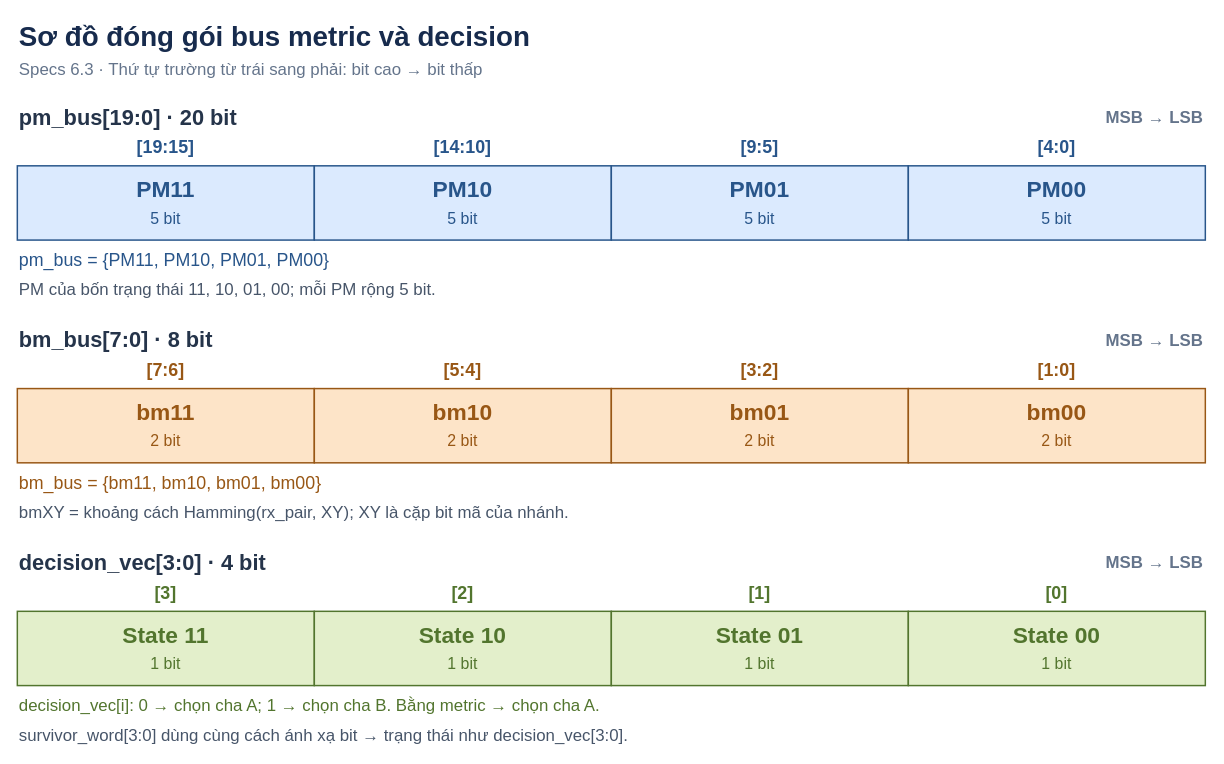
This is page "Bus" (7 of 18) of docs/Viterbi_decoder.drawio from nvh1811/viterbi_decoder, a draw.io file, before an edit. Source tidied: cells renumbered, new cells numbered last; positions are measured from the earlier drawing's top-left corner, leaving out a move shared by most shapes. Both pictures are drawn from the tidied source at 99%, with x=0, y=0 at pixel (17, 17).
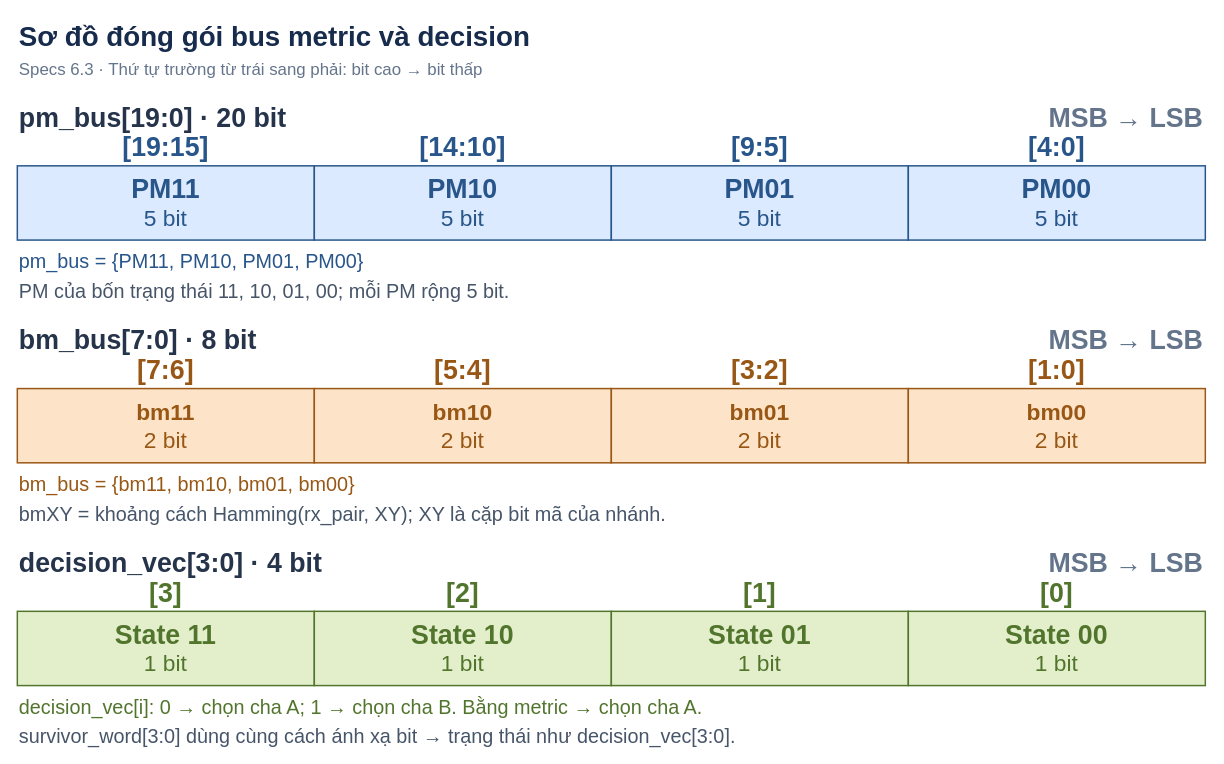
The same page after the edit.

The edit, as a diff of the source:
```diff
@@
-    <mxCell id="4" value="pm_bus[19:0]  ·  20 bit" style="text;html=0;strokeColor=none;fillColor=none;align=left;verticalAlign=middle;whiteSpace=wrap;fontFamily=Arial;fontSize=22;fontStyle=1;fontColor=#25344A;" parent="1" vertex="1">
+    <mxCell id="4" value="pm_bus[19:0]  ·  20 bit" style="text;html=0;strokeColor=none;fillColor=none;align=left;verticalAlign=middle;whiteSpace=wrap;fontFamily=Arial;fontSize=27;fontStyle=1;fontColor=#25344A;" parent="1" vertex="1">
       <mxGeometry y="85" width="900" height="34" as="geometry" />
     </mxCell>
-    <mxCell id="5" value="MSB  →  LSB" style="text;html=0;strokeColor=none;fillColor=none;align=right;verticalAlign=middle;whiteSpace=wrap;fontFamily=Arial;fontSize=17;fontStyle=1;fontColor=#64748B;" parent="1" vertex="1">
+    <mxCell id="5" value="MSB  →  LSB" style="text;html=0;strokeColor=none;fillColor=none;align=right;verticalAlign=middle;whiteSpace=wrap;fontFamily=Arial;fontSize=27;fontStyle=1;fontColor=#64748B;" parent="1" vertex="1">
       <mxGeometry x="980" y="85" width="220" height="34" as="geometry" />
     </mxCell>
@@
-    <mxCell id="7" value="[19:15]" style="text;html=0;strokeColor=none;fillColor=none;align=center;verticalAlign=middle;whiteSpace=wrap;fontFamily=Arial;fontSize=18;fontStyle=1;fontColor=#28558A;" parent="1" vertex="1">
+    <mxCell id="7" value="[19:15]" style="text;html=0;strokeColor=none;fillColor=none;align=center;verticalAlign=middle;whiteSpace=wrap;fontFamily=Arial;fontSize=27;fontStyle=1;fontColor=#28558A;" parent="1" vertex="1">
       <mxGeometry y="120" width="300" height="24" as="geometry" />
     </mxCell>
-    <mxCell id="8" value="PM11" style="text;html=0;strokeColor=none;fillColor=none;align=center;verticalAlign=middle;whiteSpace=wrap;fontFamily=Arial;fontSize=23;fontStyle=1;fontColor=#28558A;" parent="1" vertex="1">
+    <mxCell id="8" value="PM11" style="text;html=0;strokeColor=none;fillColor=none;align=center;verticalAlign=middle;whiteSpace=wrap;fontFamily=Arial;fontSize=27;fontStyle=1;fontColor=#28558A;" parent="1" vertex="1">
       <mxGeometry y="159" width="300" height="30" as="geometry" />
     </mxCell>
-    <mxCell id="9" value="5 bit" style="text;html=0;strokeColor=none;fillColor=none;align=center;verticalAlign=middle;whiteSpace=wrap;fontFamily=Arial;fontSize=16;fontStyle=0;fontColor=#28558A;" parent="1" vertex="1">
+    <mxCell id="9" value="5 bit" style="text;html=0;strokeColor=none;fillColor=none;align=center;verticalAlign=middle;whiteSpace=wrap;fontFamily=Arial;fontSize=23;fontStyle=0;fontColor=#28558A;" parent="1" vertex="1">
       <mxGeometry y="191" width="300" height="24" as="geometry" />
     </mxCell>
@@
-    <mxCell id="11" value="[14:10]" style="text;html=0;strokeColor=none;fillColor=none;align=center;verticalAlign=middle;whiteSpace=wrap;fontFamily=Arial;fontSize=18;fontStyle=1;fontColor=#28558A;" parent="1" vertex="1">
+    <mxCell id="11" value="[14:10]" style="text;html=0;strokeColor=none;fillColor=none;align=center;verticalAlign=middle;whiteSpace=wrap;fontFamily=Arial;fontSize=27;fontStyle=1;fontColor=#28558A;" parent="1" vertex="1">
       <mxGeometry x="300" y="120" width="300" height="24" as="geometry" />
     </mxCell>
-    <mxCell id="12" value="PM10" style="text;html=0;strokeColor=none;fillColor=none;align=center;verticalAlign=middle;whiteSpace=wrap;fontFamily=Arial;fontSize=23;fontStyle=1;fontColor=#28558A;" parent="1" vertex="1">
+    <mxCell id="12" value="PM10" style="text;html=0;strokeColor=none;fillColor=none;align=center;verticalAlign=middle;whiteSpace=wrap;fontFamily=Arial;fontSize=27;fontStyle=1;fontColor=#28558A;" parent="1" vertex="1">
       <mxGeometry x="300" y="159" width="300" height="30" as="geometry" />
     </mxCell>
-    <mxCell id="13" value="5 bit" style="text;html=0;strokeColor=none;fillColor=none;align=center;verticalAlign=middle;whiteSpace=wrap;fontFamily=Arial;fontSize=16;fontStyle=0;fontColor=#28558A;" parent="1" vertex="1">
+    <mxCell id="13" value="5 bit" style="text;html=0;strokeColor=none;fillColor=none;align=center;verticalAlign=middle;whiteSpace=wrap;fontFamily=Arial;fontSize=23;fontStyle=0;fontColor=#28558A;" parent="1" vertex="1">
       <mxGeometry x="300" y="191" width="300" height="24" as="geometry" />
     </mxCell>
@@
-    <mxCell id="15" value="[9:5]" style="text;html=0;strokeColor=none;fillColor=none;align=center;verticalAlign=middle;whiteSpace=wrap;fontFamily=Arial;fontSize=18;fontStyle=1;fontColor=#28558A;" parent="1" vertex="1">
+    <mxCell id="15" value="[9:5]" style="text;html=0;strokeColor=none;fillColor=none;align=center;verticalAlign=middle;whiteSpace=wrap;fontFamily=Arial;fontSize=27;fontStyle=1;fontColor=#28558A;" parent="1" vertex="1">
       <mxGeometry x="600" y="120" width="300" height="24" as="geometry" />
     </mxCell>
-    <mxCell id="16" value="PM01" style="text;html=0;strokeColor=none;fillColor=none;align=center;verticalAlign=middle;whiteSpace=wrap;fontFamily=Arial;fontSize=23;fontStyle=1;fontColor=#28558A;" parent="1" vertex="1">
+    <mxCell id="16" value="PM01" style="text;html=0;strokeColor=none;fillColor=none;align=center;verticalAlign=middle;whiteSpace=wrap;fontFamily=Arial;fontSize=27;fontStyle=1;fontColor=#28558A;" parent="1" vertex="1">
       <mxGeometry x="600" y="159" width="300" height="30" as="geometry" />
     </mxCell>
-    <mxCell id="17" value="5 bit" style="text;html=0;strokeColor=none;fillColor=none;align=center;verticalAlign=middle;whiteSpace=wrap;fontFamily=Arial;fontSize=16;fontStyle=0;fontColor=#28558A;" parent="1" vertex="1">
+    <mxCell id="17" value="5 bit" style="text;html=0;strokeColor=none;fillColor=none;align=center;verticalAlign=middle;whiteSpace=wrap;fontFamily=Arial;fontSize=23;fontStyle=0;fontColor=#28558A;" parent="1" vertex="1">
       <mxGeometry x="600" y="191" width="300" height="24" as="geometry" />
     </mxCell>
@@
-    <mxCell id="19" value="[4:0]" style="text;html=0;strokeColor=none;fillColor=none;align=center;verticalAlign=middle;whiteSpace=wrap;fontFamily=Arial;fontSize=18;fontStyle=1;fontColor=#28558A;" parent="1" vertex="1">
+    <mxCell id="19" value="[4:0]" style="text;html=0;strokeColor=none;fillColor=none;align=center;verticalAlign=middle;whiteSpace=wrap;fontFamily=Arial;fontSize=27;fontStyle=1;fontColor=#28558A;" parent="1" vertex="1">
       <mxGeometry x="900" y="120" width="300" height="24" as="geometry" />
     </mxCell>
-    <mxCell id="20" value="PM00" style="text;html=0;strokeColor=none;fillColor=none;align=center;verticalAlign=middle;whiteSpace=wrap;fontFamily=Arial;fontSize=23;fontStyle=1;fontColor=#28558A;" parent="1" vertex="1">
+    <mxCell id="20" value="PM00" style="text;html=0;strokeColor=none;fillColor=none;align=center;verticalAlign=middle;whiteSpace=wrap;fontFamily=Arial;fontSize=27;fontStyle=1;fontColor=#28558A;" parent="1" vertex="1">
       <mxGeometry x="900" y="159" width="300" height="30" as="geometry" />
     </mxCell>
-    <mxCell id="21" value="5 bit" style="text;html=0;strokeColor=none;fillColor=none;align=center;verticalAlign=middle;whiteSpace=wrap;fontFamily=Arial;fontSize=16;fontStyle=0;fontColor=#28558A;" parent="1" vertex="1">
+    <mxCell id="21" value="5 bit" style="text;html=0;strokeColor=none;fillColor=none;align=center;verticalAlign=middle;whiteSpace=wrap;fontFamily=Arial;fontSize=23;fontStyle=0;fontColor=#28558A;" parent="1" vertex="1">
       <mxGeometry x="900" y="191" width="300" height="24" as="geometry" />
     </mxCell>
-    <mxCell id="22" value="pm_bus = {PM11, PM10, PM01, PM00}" style="text;html=0;strokeColor=none;fillColor=none;align=left;verticalAlign=middle;whiteSpace=wrap;fontFamily=Arial;fontSize=18;fontStyle=0;fontColor=#28558A;" parent="1" vertex="1">
+    <mxCell id="22" value="pm_bus = {PM11, PM10, PM01, PM00}" style="text;html=0;strokeColor=none;fillColor=none;align=left;verticalAlign=middle;whiteSpace=wrap;fontFamily=Arial;fontSize=20;fontStyle=0;fontColor=#28558A;" parent="1" vertex="1">
       <mxGeometry y="233" width="1200" height="25" as="geometry" />
     </mxCell>
-    <mxCell id="23" value="PM của bốn trạng thái 11, 10, 01, 00; mỗi PM rộng 5 bit." style="text;html=0;strokeColor=none;fillColor=none;align=left;verticalAlign=middle;whiteSpace=wrap;fontFamily=Arial;fontSize=17;fontStyle=0;fontColor=#475569;" parent="1" vertex="1">
+    <mxCell id="23" value="PM của bốn trạng thái 11, 10, 01, 00; mỗi PM rộng 5 bit." style="text;html=0;strokeColor=none;fillColor=none;align=left;verticalAlign=middle;whiteSpace=wrap;fontFamily=Arial;fontSize=20;fontStyle=0;fontColor=#475569;" parent="1" vertex="1">
       <mxGeometry y="263" width="1200" height="25" as="geometry" />
     </mxCell>
-    <mxCell id="24" value="bm_bus[7:0]  ·  8 bit" style="text;html=0;strokeColor=none;fillColor=none;align=left;verticalAlign=middle;whiteSpace=wrap;fontFamily=Arial;fontSize=22;fontStyle=1;fontColor=#25344A;" parent="1" vertex="1">
+    <mxCell id="24" value="bm_bus[7:0]  ·  8 bit" style="text;html=0;strokeColor=none;fillColor=none;align=left;verticalAlign=middle;whiteSpace=wrap;fontFamily=Arial;fontSize=27;fontStyle=1;fontColor=#25344A;" parent="1" vertex="1">
       <mxGeometry y="310" width="900" height="34" as="geometry" />
     </mxCell>
-    <mxCell id="25" value="MSB  →  LSB" style="text;html=0;strokeColor=none;fillColor=none;align=right;verticalAlign=middle;whiteSpace=wrap;fontFamily=Arial;fontSize=17;fontStyle=1;fontColor=#64748B;" parent="1" vertex="1">
+    <mxCell id="25" value="MSB  →  LSB" style="text;html=0;strokeColor=none;fillColor=none;align=right;verticalAlign=middle;whiteSpace=wrap;fontFamily=Arial;fontSize=27;fontStyle=1;fontColor=#64748B;" parent="1" vertex="1">
       <mxGeometry x="980" y="310" width="220" height="34" as="geometry" />
     </mxCell>
@@
-    <mxCell id="27" value="[7:6]" style="text;html=0;strokeColor=none;fillColor=none;align=center;verticalAlign=middle;whiteSpace=wrap;fontFamily=Arial;fontSize=18;fontStyle=1;fontColor=#985715;" parent="1" vertex="1">
+    <mxCell id="27" value="[7:6]" style="text;html=0;strokeColor=none;fillColor=none;align=center;verticalAlign=middle;whiteSpace=wrap;fontFamily=Arial;fontSize=27;fontStyle=1;fontColor=#985715;" parent="1" vertex="1">
       <mxGeometry y="345" width="300" height="24" as="geometry" />
     </mxCell>
@@
-    <mxCell id="29" value="2 bit" style="text;html=0;strokeColor=none;fillColor=none;align=center;verticalAlign=middle;whiteSpace=wrap;fontFamily=Arial;fontSize=16;fontStyle=0;fontColor=#985715;" parent="1" vertex="1">
+    <mxCell id="29" value="2 bit" style="text;html=0;strokeColor=none;fillColor=none;align=center;verticalAlign=middle;whiteSpace=wrap;fontFamily=Arial;fontSize=23;fontStyle=0;fontColor=#985715;" parent="1" vertex="1">
       <mxGeometry y="416" width="300" height="24" as="geometry" />
     </mxCell>
@@
-    <mxCell id="31" value="[5:4]" style="text;html=0;strokeColor=none;fillColor=none;align=center;verticalAlign=middle;whiteSpace=wrap;fontFamily=Arial;fontSize=18;fontStyle=1;fontColor=#985715;" parent="1" vertex="1">
+    <mxCell id="31" value="[5:4]" style="text;html=0;strokeColor=none;fillColor=none;align=center;verticalAlign=middle;whiteSpace=wrap;fontFamily=Arial;fontSize=27;fontStyle=1;fontColor=#985715;" parent="1" vertex="1">
       <mxGeometry x="300" y="345" width="300" height="24" as="geometry" />
     </mxCell>
@@
-    <mxCell id="33" value="2 bit" style="text;html=0;strokeColor=none;fillColor=none;align=center;verticalAlign=middle;whiteSpace=wrap;fontFamily=Arial;fontSize=16;fontStyle=0;fontColor=#985715;" parent="1" vertex="1">
+    <mxCell id="33" value="2 bit" style="text;html=0;strokeColor=none;fillColor=none;align=center;verticalAlign=middle;whiteSpace=wrap;fontFamily=Arial;fontSize=23;fontStyle=0;fontColor=#985715;" parent="1" vertex="1">
       <mxGeometry x="300" y="416" width="300" height="24" as="geometry" />
     </mxCell>
@@
-    <mxCell id="35" value="[3:2]" style="text;html=0;strokeColor=none;fillColor=none;align=center;verticalAlign=middle;whiteSpace=wrap;fontFamily=Arial;fontSize=18;fontStyle=1;fontColor=#985715;" parent="1" vertex="1">
+    <mxCell id="35" value="[3:2]" style="text;html=0;strokeColor=none;fillColor=none;align=center;verticalAlign=middle;whiteSpace=wrap;fontFamily=Arial;fontSize=27;fontStyle=1;fontColor=#985715;" parent="1" vertex="1">
       <mxGeometry x="600" y="345" width="300" height="24" as="geometry" />
     </mxCell>
@@
-    <mxCell id="37" value="2 bit" style="text;html=0;strokeColor=none;fillColor=none;align=center;verticalAlign=middle;whiteSpace=wrap;fontFamily=Arial;fontSize=16;fontStyle=0;fontColor=#985715;" parent="1" vertex="1">
+    <mxCell id="37" value="2 bit" style="text;html=0;strokeColor=none;fillColor=none;align=center;verticalAlign=middle;whiteSpace=wrap;fontFamily=Arial;fontSize=23;fontStyle=0;fontColor=#985715;" parent="1" vertex="1">
       <mxGeometry x="600" y="416" width="300" height="24" as="geometry" />
     </mxCell>
@@
-    <mxCell id="39" value="[1:0]" style="text;html=0;strokeColor=none;fillColor=none;align=center;verticalAlign=middle;whiteSpace=wrap;fontFamily=Arial;fontSize=18;fontStyle=1;fontColor=#985715;" parent="1" vertex="1">
+    <mxCell id="39" value="[1:0]" style="text;html=0;strokeColor=none;fillColor=none;align=center;verticalAlign=middle;whiteSpace=wrap;fontFamily=Arial;fontSize=27;fontStyle=1;fontColor=#985715;" parent="1" vertex="1">
       <mxGeometry x="900" y="345" width="300" height="24" as="geometry" />
     </mxCell>
@@
-    <mxCell id="41" value="2 bit" style="text;html=0;strokeColor=none;fillColor=none;align=center;verticalAlign=middle;whiteSpace=wrap;fontFamily=Arial;fontSize=16;fontStyle=0;fontColor=#985715;" parent="1" vertex="1">
+    <mxCell id="41" value="2 bit" style="text;html=0;strokeColor=none;fillColor=none;align=center;verticalAlign=middle;whiteSpace=wrap;fontFamily=Arial;fontSize=23;fontStyle=0;fontColor=#985715;" parent="1" vertex="1">
       <mxGeometry x="900" y="416" width="300" height="24" as="geometry" />
     </mxCell>
-    <mxCell id="42" value="bm_bus = {bm11, bm10, bm01, bm00}" style="text;html=0;strokeColor=none;fillColor=none;align=left;verticalAlign=middle;whiteSpace=wrap;fontFamily=Arial;fontSize=18;fontStyle=0;fontColor=#985715;" parent="1" vertex="1">
+    <mxCell id="42" value="bm_bus = {bm11, bm10, bm01, bm00}" style="text;html=0;strokeColor=none;fillColor=none;align=left;verticalAlign=middle;whiteSpace=wrap;fontFamily=Arial;fontSize=20;fontStyle=0;fontColor=#985715;" parent="1" vertex="1">
       <mxGeometry y="458" width="1200" height="25" as="geometry" />
     </mxCell>
-    <mxCell id="43" value="bmXY = khoảng cách Hamming(rx_pair, XY); XY là cặp bit mã của nhánh." style="text;html=0;strokeColor=none;fillColor=none;align=left;verticalAlign=middle;whiteSpace=wrap;fontFamily=Arial;fontSize=17;fontStyle=0;fontColor=#475569;" parent="1" vertex="1">
+    <mxCell id="43" value="bmXY = khoảng cách Hamming(rx_pair, XY); XY là cặp bit mã của nhánh." style="text;html=0;strokeColor=none;fillColor=none;align=left;verticalAlign=middle;whiteSpace=wrap;fontFamily=Arial;fontSize=20;fontStyle=0;fontColor=#475569;" parent="1" vertex="1">
       <mxGeometry y="488" width="1200" height="25" as="geometry" />
     </mxCell>
-    <mxCell id="44" value="decision_vec[3:0]  ·  4 bit" style="text;html=0;strokeColor=none;fillColor=none;align=left;verticalAlign=middle;whiteSpace=wrap;fontFamily=Arial;fontSize=22;fontStyle=1;fontColor=#25344A;" parent="1" vertex="1">
+    <mxCell id="44" value="decision_vec[3:0]  ·  4 bit" style="text;html=0;strokeColor=none;fillColor=none;align=left;verticalAlign=middle;whiteSpace=wrap;fontFamily=Arial;fontSize=27;fontStyle=1;fontColor=#25344A;" parent="1" vertex="1">
       <mxGeometry y="535" width="900" height="34" as="geometry" />
     </mxCell>
-    <mxCell id="45" value="MSB  →  LSB" style="text;html=0;strokeColor=none;fillColor=none;align=right;verticalAlign=middle;whiteSpace=wrap;fontFamily=Arial;fontSize=17;fontStyle=1;fontColor=#64748B;" parent="1" vertex="1">
+    <mxCell id="45" value="MSB  →  LSB" style="text;html=0;strokeColor=none;fillColor=none;align=right;verticalAlign=middle;whiteSpace=wrap;fontFamily=Arial;fontSize=27;fontStyle=1;fontColor=#64748B;" parent="1" vertex="1">
       <mxGeometry x="980" y="535" width="220" height="34" as="geometry" />
     </mxCell>
@@
-    <mxCell id="47" value="[3]" style="text;html=0;strokeColor=none;fillColor=none;align=center;verticalAlign=middle;whiteSpace=wrap;fontFamily=Arial;fontSize=18;fontStyle=1;fontColor=#52752E;" parent="1" vertex="1">
+    <mxCell id="47" value="[3]" style="text;html=0;strokeColor=none;fillColor=none;align=center;verticalAlign=middle;whiteSpace=wrap;fontFamily=Arial;fontSize=27;fontStyle=1;fontColor=#52752E;" parent="1" vertex="1">
       <mxGeometry y="570" width="300" height="24" as="geometry" />
     </mxCell>
-    <mxCell id="48" value="State 11" style="text;html=0;strokeColor=none;fillColor=none;align=center;verticalAlign=middle;whiteSpace=wrap;fontFamily=Arial;fontSize=23;fontStyle=1;fontColor=#52752E;" parent="1" vertex="1">
+    <mxCell id="48" value="State 11" style="text;html=0;strokeColor=none;fillColor=none;align=center;verticalAlign=middle;whiteSpace=wrap;fontFamily=Arial;fontSize=27;fontStyle=1;fontColor=#52752E;" parent="1" vertex="1">
       <mxGeometry y="609" width="300" height="30" as="geometry" />
     </mxCell>
-    <mxCell id="49" value="1 bit" style="text;html=0;strokeColor=none;fillColor=none;align=center;verticalAlign=middle;whiteSpace=wrap;fontFamily=Arial;fontSize=16;fontStyle=0;fontColor=#52752E;" parent="1" vertex="1">
+    <mxCell id="49" value="1 bit" style="text;html=0;strokeColor=none;fillColor=none;align=center;verticalAlign=middle;whiteSpace=wrap;fontFamily=Arial;fontSize=23;fontStyle=0;fontColor=#52752E;" parent="1" vertex="1">
       <mxGeometry y="641" width="300" height="24" as="geometry" />
     </mxCell>
@@
-    <mxCell id="51" value="[2]" style="text;html=0;strokeColor=none;fillColor=none;align=center;verticalAlign=middle;whiteSpace=wrap;fontFamily=Arial;fontSize=18;fontStyle=1;fontColor=#52752E;" parent="1" vertex="1">
+    <mxCell id="51" value="[2]" style="text;html=0;strokeColor=none;fillColor=none;align=center;verticalAlign=middle;whiteSpace=wrap;fontFamily=Arial;fontSize=27;fontStyle=1;fontColor=#52752E;" parent="1" vertex="1">
       <mxGeometry x="300" y="570" width="300" height="24" as="geometry" />
     </mxCell>
-    <mxCell id="52" value="State 10" style="text;html=0;strokeColor=none;fillColor=none;align=center;verticalAlign=middle;whiteSpace=wrap;fontFamily=Arial;fontSize=23;fontStyle=1;fontColor=#52752E;" parent="1" vertex="1">
+    <mxCell id="52" value="State 10" style="text;html=0;strokeColor=none;fillColor=none;align=center;verticalAlign=middle;whiteSpace=wrap;fontFamily=Arial;fontSize=27;fontStyle=1;fontColor=#52752E;" parent="1" vertex="1">
       <mxGeometry x="300" y="609" width="300" height="30" as="geometry" />
     </mxCell>
-    <mxCell id="53" value="1 bit" style="text;html=0;strokeColor=none;fillColor=none;align=center;verticalAlign=middle;whiteSpace=wrap;fontFamily=Arial;fontSize=16;fontStyle=0;fontColor=#52752E;" parent="1" vertex="1">
+    <mxCell id="53" value="1 bit" style="text;html=0;strokeColor=none;fillColor=none;align=center;verticalAlign=middle;whiteSpace=wrap;fontFamily=Arial;fontSize=23;fontStyle=0;fontColor=#52752E;" parent="1" vertex="1">
       <mxGeometry x="300" y="641" width="300" height="24" as="geometry" />
     </mxCell>
@@
-    <mxCell id="55" value="[1]" style="text;html=0;strokeColor=none;fillColor=none;align=center;verticalAlign=middle;whiteSpace=wrap;fontFamily=Arial;fontSize=18;fontStyle=1;fontColor=#52752E;" parent="1" vertex="1">
+    <mxCell id="55" value="[1]" style="text;html=0;strokeColor=none;fillColor=none;align=center;verticalAlign=middle;whiteSpace=wrap;fontFamily=Arial;fontSize=27;fontStyle=1;fontColor=#52752E;" parent="1" vertex="1">
       <mxGeometry x="600" y="570" width="300" height="24" as="geometry" />
     </mxCell>
-    <mxCell id="56" value="State 01" style="text;html=0;strokeColor=none;fillColor=none;align=center;verticalAlign=middle;whiteSpace=wrap;fontFamily=Arial;fontSize=23;fontStyle=1;fontColor=#52752E;" parent="1" vertex="1">
+    <mxCell id="56" value="State 01" style="text;html=0;strokeColor=none;fillColor=none;align=center;verticalAlign=middle;whiteSpace=wrap;fontFamily=Arial;fontSize=27;fontStyle=1;fontColor=#52752E;" parent="1" vertex="1">
       <mxGeometry x="600" y="609" width="300" height="30" as="geometry" />
     </mxCell>
-    <mxCell id="57" value="1 bit" style="text;html=0;strokeColor=none;fillColor=none;align=center;verticalAlign=middle;whiteSpace=wrap;fontFamily=Arial;fontSize=16;fontStyle=0;fontColor=#52752E;" parent="1" vertex="1">
+    <mxCell id="57" value="1 bit" style="text;html=0;strokeColor=none;fillColor=none;align=center;verticalAlign=middle;whiteSpace=wrap;fontFamily=Arial;fontSize=23;fontStyle=0;fontColor=#52752E;" parent="1" vertex="1">
       <mxGeometry x="600" y="641" width="300" height="24" as="geometry" />
     </mxCell>
@@
-    <mxCell id="59" value="[0]" style="text;html=0;strokeColor=none;fillColor=none;align=center;verticalAlign=middle;whiteSpace=wrap;fontFamily=Arial;fontSize=18;fontStyle=1;fontColor=#52752E;" parent="1" vertex="1">
+    <mxCell id="59" value="[0]" style="text;html=0;strokeColor=none;fillColor=none;align=center;verticalAlign=middle;whiteSpace=wrap;fontFamily=Arial;fontSize=27;fontStyle=1;fontColor=#52752E;" parent="1" vertex="1">
       <mxGeometry x="900" y="570" width="300" height="24" as="geometry" />
     </mxCell>
-    <mxCell id="60" value="State 00" style="text;html=0;strokeColor=none;fillColor=none;align=center;verticalAlign=middle;whiteSpace=wrap;fontFamily=Arial;fontSize=23;fontStyle=1;fontColor=#52752E;" parent="1" vertex="1">
+    <mxCell id="60" value="State 00" style="text;html=0;strokeColor=none;fillColor=none;align=center;verticalAlign=middle;whiteSpace=wrap;fontFamily=Arial;fontSize=27;fontStyle=1;fontColor=#52752E;" parent="1" vertex="1">
       <mxGeometry x="900" y="609" width="300" height="30" as="geometry" />
     </mxCell>
-    <mxCell id="61" value="1 bit" style="text;html=0;strokeColor=none;fillColor=none;align=center;verticalAlign=middle;whiteSpace=wrap;fontFamily=Arial;fontSize=16;fontStyle=0;fontColor=#52752E;" parent="1" vertex="1">
+    <mxCell id="61" value="1 bit" style="text;html=0;strokeColor=none;fillColor=none;align=center;verticalAlign=middle;whiteSpace=wrap;fontFamily=Arial;fontSize=23;fontStyle=0;fontColor=#52752E;" parent="1" vertex="1">
       <mxGeometry x="900" y="641" width="300" height="24" as="geometry" />
     </mxCell>
-    <mxCell id="62" value="decision_vec[i]: 0 → chọn cha A; 1 → chọn cha B. Bằng metric → chọn cha A." style="text;html=0;strokeColor=none;fillColor=none;align=left;verticalAlign=middle;whiteSpace=wrap;fontFamily=Arial;fontSize=17;fontStyle=0;fontColor=#52752E;" parent="1" vertex="1">
+    <mxCell id="62" value="decision_vec[i]: 0 → chọn cha A; 1 → chọn cha B. Bằng metric → chọn cha A." style="text;html=0;strokeColor=none;fillColor=none;align=left;verticalAlign=middle;whiteSpace=wrap;fontFamily=Arial;fontSize=20;fontStyle=0;fontColor=#52752E;" parent="1" vertex="1">
       <mxGeometry y="683" width="1200" height="25" as="geometry" />
     </mxCell>
-    <mxCell id="63" value="survivor_word[3:0] dùng cùng cách ánh xạ bit → trạng thái như decision_vec[3:0]." style="text;html=0;strokeColor=none;fillColor=none;align=left;verticalAlign=middle;whiteSpace=wrap;fontFamily=Arial;fontSize=17;fontStyle=0;fontColor=#475569;" parent="1" vertex="1">
+    <mxCell id="63" value="survivor_word[3:0] dùng cùng cách ánh xạ bit → trạng thái như decision_vec[3:0]." style="text;html=0;strokeColor=none;fillColor=none;align=left;verticalAlign=middle;whiteSpace=wrap;fontFamily=Arial;fontSize=20;fontStyle=0;fontColor=#475569;" parent="1" vertex="1">
       <mxGeometry y="713" width="1200" height="25" as="geometry" />
     </mxCell>
```
